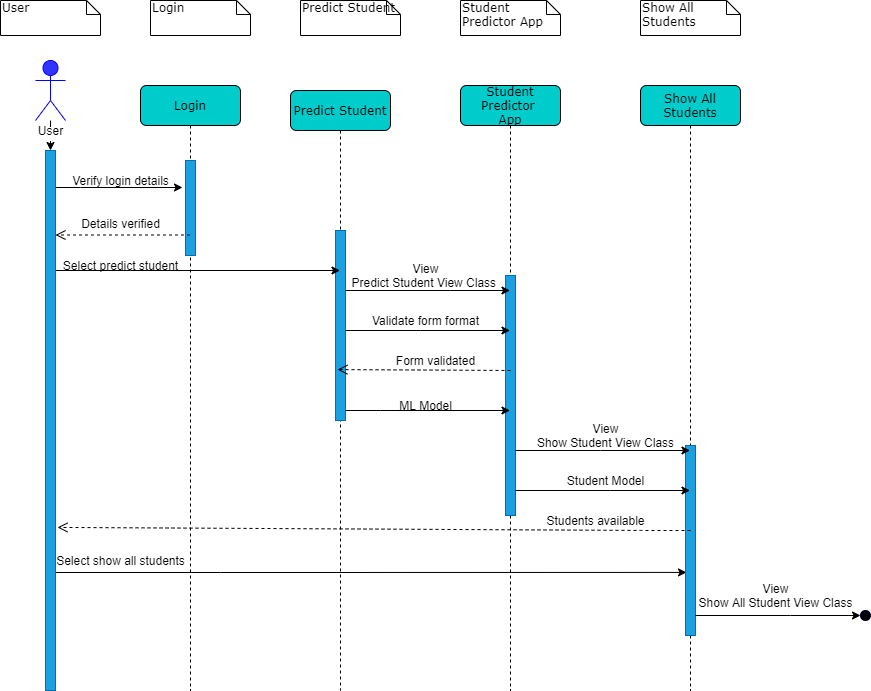
Earlier version of the draw.io export wiki/images/Sequence Diagram.png (NicMuir/Software_Design_Project-2020). Source tidied: cells renumbered, new cells last; positions are measured from the earlier drawing's top-left corner, leaving out a move shared by most shapes.
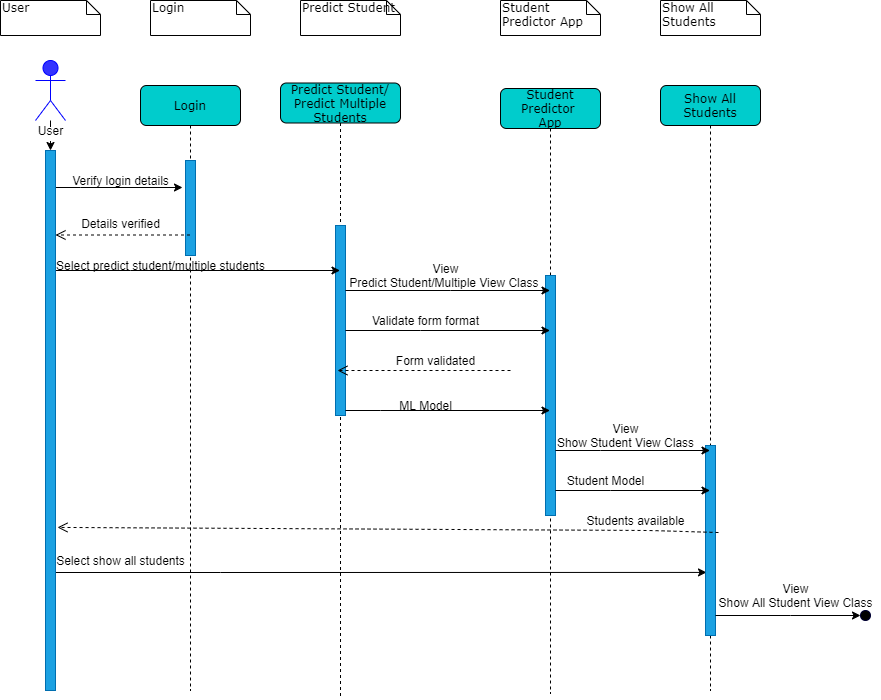
The same diagram one commit later.

The edit, as a diff of the source:
```diff
@@ -2,11 +2,11 @@
   <root>
     <mxCell id="0" />
     <mxCell id="1" parent="0" />
-    <mxCell id="2" value="Predict Student" style="shape=umlLifeline;perimeter=lifelinePerimeter;whiteSpace=wrap;html=1;outlineConnect=0;rounded=1;shadow=0;comic=0;labelBackgroundColor=none;strokeWidth=1;fontFamily=Verdana;fontSize=12;align=center;fillColor=#00CCCC;" parent="1" vertex="1">
-      <mxGeometry x="290" y="90" width="100" height="600" as="geometry" />
+    <mxCell id="2" value="Predict Student/&lt;br&gt;Predict Multiple&lt;br&gt;Students" style="shape=umlLifeline;perimeter=lifelinePerimeter;whiteSpace=wrap;html=1;outlineConnect=0;rounded=1;shadow=0;comic=0;labelBackgroundColor=none;strokeWidth=1;fontFamily=Verdana;fontSize=12;align=center;fillColor=#00CCCC;" parent="1" vertex="1">
+      <mxGeometry x="280" y="82.5" width="120" height="616" as="geometry" />
     </mxCell>
     <mxCell id="3" style="html=1;points=[];perimeter=orthogonalPerimeter;fillColor=#1ba1e2;strokeColor=#006EAF;fontColor=#ffffff;" parent="2" vertex="1">
-      <mxGeometry x="45" y="140" width="10" height="190" as="geometry" />
+      <mxGeometry x="55" y="142.5" width="10" height="190" as="geometry" />
     </mxCell>
     <mxCell id="4" value="User" style="shape=note;whiteSpace=wrap;html=1;size=14;verticalAlign=top;align=left;spacingTop=-6;rounded=0;shadow=0;comic=0;labelBackgroundColor=none;strokeWidth=1;fontFamily=Verdana;fontSize=12;" parent="1" vertex="1">
       <mxGeometry width="100" height="35" as="geometry" />
@@ -15,7 +15,7 @@
       <mxGeometry x="300" width="100" height="35" as="geometry" />
     </mxCell>
     <mxCell id="6" value="Student&lt;br&gt;Predictor App" style="shape=note;whiteSpace=wrap;html=1;size=14;verticalAlign=top;align=left;spacingTop=-6;rounded=0;shadow=0;comic=0;labelBackgroundColor=none;strokeWidth=1;fontFamily=Verdana;fontSize=12;" parent="1" vertex="1">
-      <mxGeometry x="460" width="100" height="35" as="geometry" />
+      <mxGeometry x="500" width="100" height="35" as="geometry" />
     </mxCell>
     <mxCell id="7" style="edgeStyle=orthogonalEdgeStyle;rounded=0;jettySize=auto;html=1;" parent="1" edge="1" source="8" target="12">
       <mxGeometry relative="1" as="geometry" />
@@ -54,26 +54,26 @@
     <mxCell id="13" value="Verify login details" style="text;html=1;align=center;verticalAlign=middle;" parent="1" vertex="1">
       <mxGeometry x="65" y="170" width="110" height="20" as="geometry" />
     </mxCell>
-    <mxCell id="14" value="View&lt;br&gt;Predict Student View Class&amp;nbsp;" style="text;html=1;align=center;verticalAlign=middle;" parent="1" vertex="1">
-      <mxGeometry x="345" y="260" width="160" height="30" as="geometry" />
+    <mxCell id="14" value="View&lt;br&gt;Predict Student/Multiple View Class&amp;nbsp;" style="text;html=1;align=center;verticalAlign=middle;" parent="1" vertex="1">
+      <mxGeometry x="340" y="260" width="210" height="30" as="geometry" />
     </mxCell>
     <mxCell id="15" value="Student Predictor&amp;nbsp;&lt;br&gt;App" style="shape=umlLifeline;perimeter=lifelinePerimeter;whiteSpace=wrap;html=1;outlineConnect=0;rounded=1;shadow=0;comic=0;labelBackgroundColor=none;strokeWidth=1;fontFamily=Verdana;fontSize=12;align=center;fillColor=#00CCCC;" parent="1" vertex="1">
-      <mxGeometry x="460" y="85" width="100" height="605" as="geometry" />
+      <mxGeometry x="500" y="88" width="100" height="605" as="geometry" />
     </mxCell>
     <mxCell id="16" style="html=1;points=[];perimeter=orthogonalPerimeter;fillColor=#1ba1e2;strokeColor=#006EAF;fontColor=#ffffff;" parent="15" vertex="1">
-      <mxGeometry x="45" y="190" width="10" height="240" as="geometry" />
+      <mxGeometry x="45" y="187" width="10" height="240" as="geometry" />
     </mxCell>
     <mxCell id="17" value="Show All Students" style="shape=note;whiteSpace=wrap;html=1;size=14;verticalAlign=top;align=left;spacingTop=-6;rounded=0;shadow=0;comic=0;labelBackgroundColor=none;strokeWidth=1;fontFamily=Verdana;fontSize=12;" parent="1" vertex="1">
-      <mxGeometry x="640" width="100" height="35" as="geometry" />
+      <mxGeometry x="660" width="100" height="35" as="geometry" />
     </mxCell>
     <mxCell id="18" value="Show All Students" style="shape=umlLifeline;perimeter=lifelinePerimeter;whiteSpace=wrap;html=1;outlineConnect=0;rounded=1;shadow=0;comic=0;labelBackgroundColor=none;strokeWidth=1;fontFamily=Verdana;fontSize=12;align=center;fillColor=#00CCCC;" parent="1" vertex="1">
-      <mxGeometry x="640" y="85" width="100" height="605" as="geometry" />
+      <mxGeometry x="660" y="85" width="100" height="605" as="geometry" />
     </mxCell>
     <mxCell id="19" style="html=1;points=[];perimeter=orthogonalPerimeter;fillColor=#1ba1e2;strokeColor=#006EAF;fontColor=#ffffff;" parent="18" vertex="1">
       <mxGeometry x="45" y="360" width="10" height="190" as="geometry" />
     </mxCell>
     <mxCell id="20" value="View&lt;br&gt;Show Student View Class" style="text;html=1;align=center;verticalAlign=middle;" parent="1" vertex="1">
-      <mxGeometry x="530" y="420" width="150" height="30" as="geometry" />
+      <mxGeometry x="550" y="420" width="150" height="30" as="geometry" />
     </mxCell>
     <mxCell id="21" value="Student Model" style="text;html=1;align=center;verticalAlign=middle;" parent="1" vertex="1">
       <mxGeometry x="560" y="470" width="90" height="20" as="geometry" />
@@ -103,7 +103,7 @@
       </mxGeometry>
     </mxCell>
     <mxCell id="25" value="View&lt;br&gt;Show All Student View Class" style="text;html=1;align=center;verticalAlign=middle;" parent="1" vertex="1">
-      <mxGeometry x="690" y="580" width="170" height="30" as="geometry" />
+      <mxGeometry x="710" y="580" width="170" height="30" as="geometry" />
     </mxCell>
     <mxCell id="26" value="User" style="text;html=1;align=center;verticalAlign=middle;" parent="1" vertex="1">
       <mxGeometry x="30" y="120" width="40" height="20" as="geometry" />
@@ -147,15 +147,16 @@
         </Array>
       </mxGeometry>
     </mxCell>
-    <mxCell id="36" value="&lt;br&gt;Select predict student" style="text;html=1;align=center;verticalAlign=middle;" parent="1" vertex="1">
-      <mxGeometry x="55" y="242.5" width="130" height="30" as="geometry" />
+    <mxCell id="36" value="&lt;br&gt;Select predict student/multiple students" style="text;html=1;align=center;verticalAlign=middle;" parent="1" vertex="1">
+      <mxGeometry x="50" y="242.5" width="220" height="30" as="geometry" />
     </mxCell>
     <mxCell id="37" value="Form validated" style="text;html=1;align=center;verticalAlign=middle;" parent="1" vertex="1">
       <mxGeometry x="390" y="350" width="90" height="20" as="geometry" />
     </mxCell>
-    <mxCell id="38" style="html=1;verticalAlign=bottom;endArrow=open;dashed=1;endSize=8;entryX=0.2;entryY=0.732;entryDx=0;entryDy=0;entryPerimeter=0;" parent="1" edge="1" target="3">
+    <mxCell id="38" style="html=1;verticalAlign=bottom;endArrow=open;dashed=1;endSize=8;" parent="1" edge="1">
       <mxGeometry y="-40" relative="1" as="geometry">
         <mxPoint x="510" y="370" as="sourcePoint" />
+        <mxPoint x="337" y="370" as="targetPoint" />
       </mxGeometry>
     </mxCell>
     <mxCell id="39" value="ML Model" style="text;html=1;align=center;verticalAlign=middle;" parent="1" vertex="1">
@@ -172,19 +173,21 @@
         </Array>
       </mxGeometry>
     </mxCell>
-    <mxCell id="42" style="html=1;verticalAlign=bottom;endArrow=open;dashed=1;endSize=8;entryX=1.2;entryY=0.698;entryDx=0;entryDy=0;entryPerimeter=0;" parent="1" edge="1" target="12">
+    <mxCell id="42" style="html=1;verticalAlign=bottom;endArrow=open;dashed=1;endSize=8;entryX=1.2;entryY=0.698;entryDx=0;entryDy=0;entryPerimeter=0;exitX=1.3;exitY=0.458;exitDx=0;exitDy=0;exitPerimeter=0;" parent="1" edge="1" source="19" target="12">
       <mxGeometry x="-0.25" y="-50" relative="1" as="geometry">
-        <mxPoint x="690" y="530" as="sourcePoint" />
         <Array as="points">
           <mxPoint x="650" y="530" />
         </Array>
       </mxGeometry>
     </mxCell>
     <mxCell id="43" value="Students available" style="text;html=1;align=center;verticalAlign=middle;" parent="1" vertex="1">
-      <mxGeometry x="540" y="510" width="110" height="20" as="geometry" />
+      <mxGeometry x="580" y="510" width="110" height="20" as="geometry" />
     </mxCell>
     <mxCell id="44" value="Select show all students" style="text;html=1;align=center;verticalAlign=middle;" parent="1" vertex="1">
       <mxGeometry x="50" y="550" width="140" height="20" as="geometry" />
     </mxCell>
+    <mxCell id="45" style="edgeStyle=orthogonalEdgeStyle;rounded=0;orthogonalLoop=1;jettySize=auto;html=1;exitX=0.5;exitY=1;exitDx=0;exitDy=0;exitPerimeter=0;" parent="1" edge="1" source="17" target="17">
+      <mxGeometry relative="1" as="geometry" />
+    </mxCell>
   </root>
 </mxGraphModel>
```
